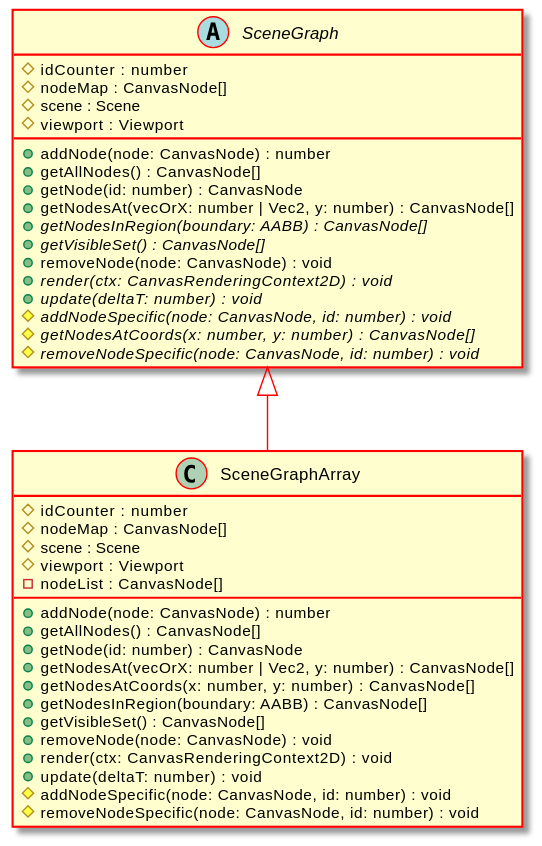
This is docs/api/assets/SceneGraphArray-umlClassDiagram-6566.svg from Test123938/Test2, a PlantUML export, as it was before one commit.
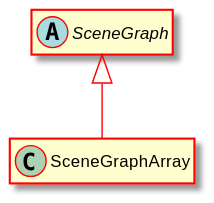
After the change.

The edit, as a diff of the source:
```diff
@@ -5,41 +5,8 @@
 hide empty methods
 hide empty fields
 class "SceneGraphArray" {
-    #idCounter : number
-    #nodeMap : CanvasNode[]
-    #scene : Scene
-    #viewport : Viewport
-    -nodeList : CanvasNode[]
-    +addNode(node: CanvasNode) : number
-    +getAllNodes() : CanvasNode[]
-    +getNode(id: number) : CanvasNode
-    +getNodesAt(vecOrX: number | Vec2, y: number) : CanvasNode[]
-    +getNodesAtCoords(x: number, y: number) : CanvasNode[]
-    +getNodesInRegion(boundary: AABB) : CanvasNode[]
-    +getVisibleSet() : CanvasNode[]
-    +removeNode(node: CanvasNode) : void
-    +render(ctx: CanvasRenderingContext2D) : void
-    +update(deltaT: number) : void
-    #addNodeSpecific(node: CanvasNode, id: number) : void
-    #removeNodeSpecific(node: CanvasNode, id: number) : void
 }
 abstract class "SceneGraph" {
-    #idCounter : number
-    #nodeMap : CanvasNode[]
-    #scene : Scene
-    #viewport : Viewport
-    +addNode(node: CanvasNode) : number
-    +getAllNodes() : CanvasNode[]
-    +getNode(id: number) : CanvasNode
-    +getNodesAt(vecOrX: number | Vec2, y: number) : CanvasNode[]
-    {abstract} +getNodesInRegion(boundary: AABB) : CanvasNode[]
-    {abstract} +getVisibleSet() : CanvasNode[]
-    +removeNode(node: CanvasNode) : void
-    {abstract} +render(ctx: CanvasRenderingContext2D) : void
-    {abstract} +update(deltaT: number) : void
-    {abstract} #addNodeSpecific(node: CanvasNode, id: number) : void
-    {abstract} #getNodesAtCoords(x: number, y: number) : CanvasNode[]
-    {abstract} #removeNodeSpecific(node: CanvasNode, id: number) : void
 }
 "SceneGraph" <|-- "SceneGraphArray"
 @enduml
```
